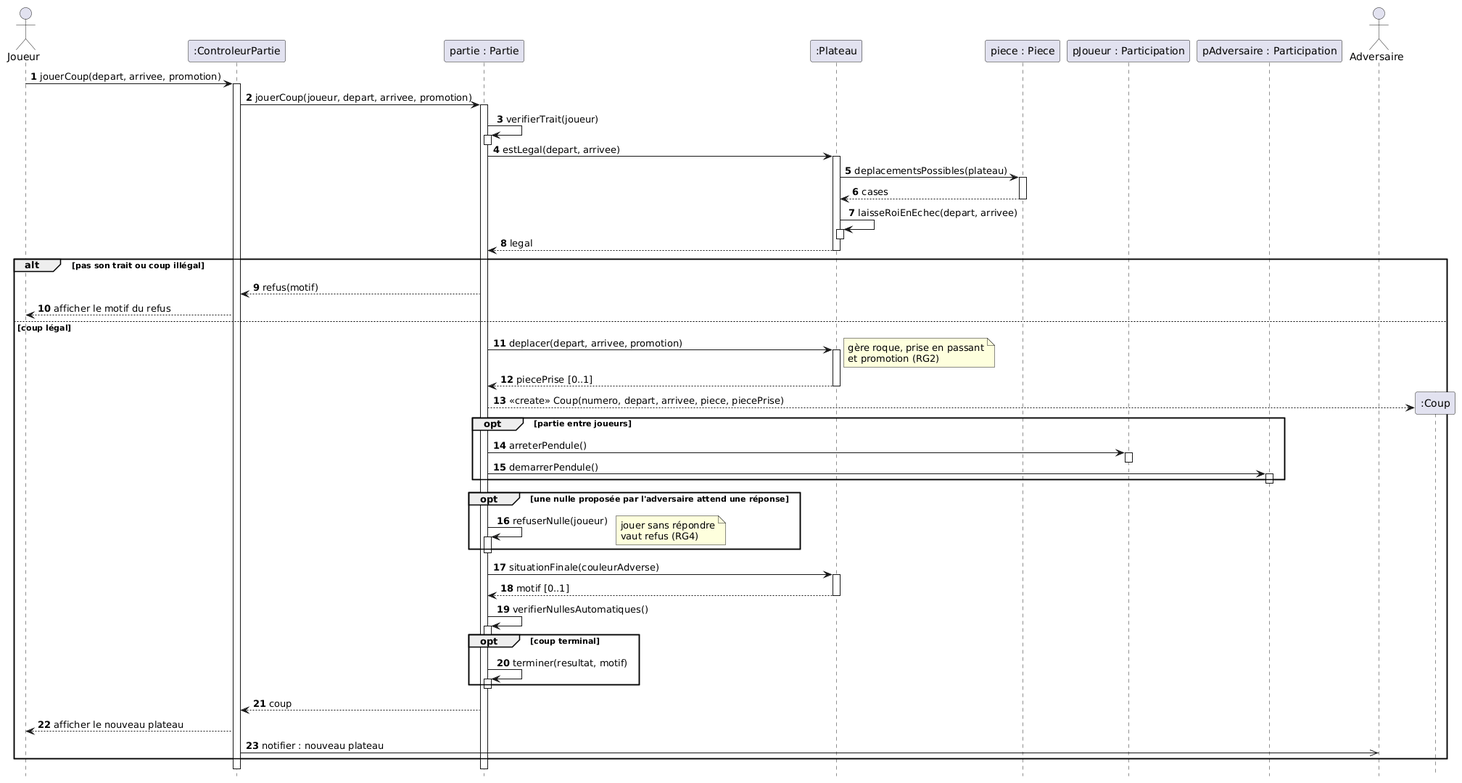
Earlier version of the PlantUML export diagrams/sequence-jouer-coup.png (kevinBissouth/projet_echecs_tic315).
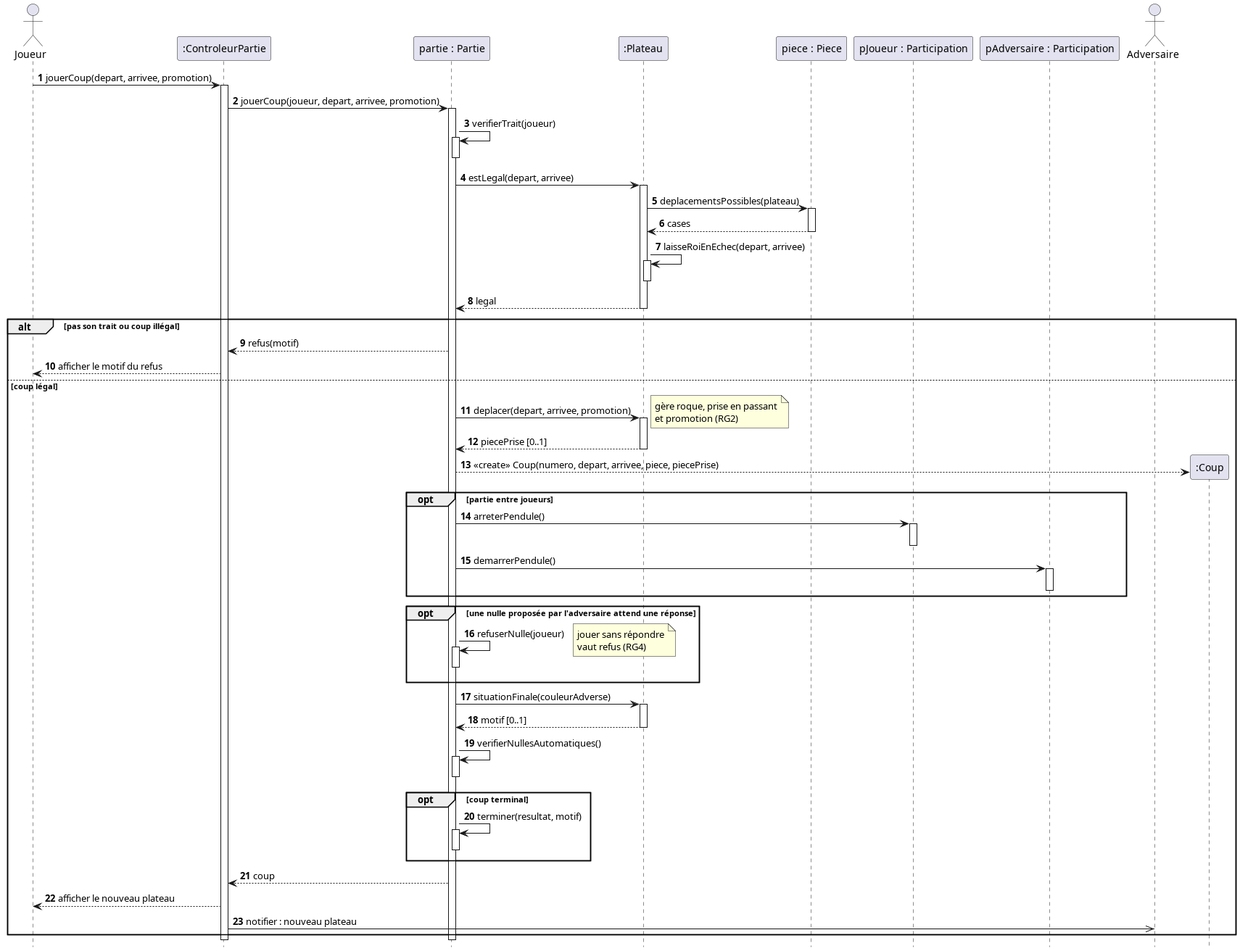
After the change.

What changed in the source:
```diff
@@ -1,4 +1,4 @@
-@startuml
+@startuml sequence-jouer-coup
 
 autonumber
 hide footbox
@@ -57,4 +57,5 @@
 end
 deactivate partie
 deactivate controleur
+
 @enduml
```
